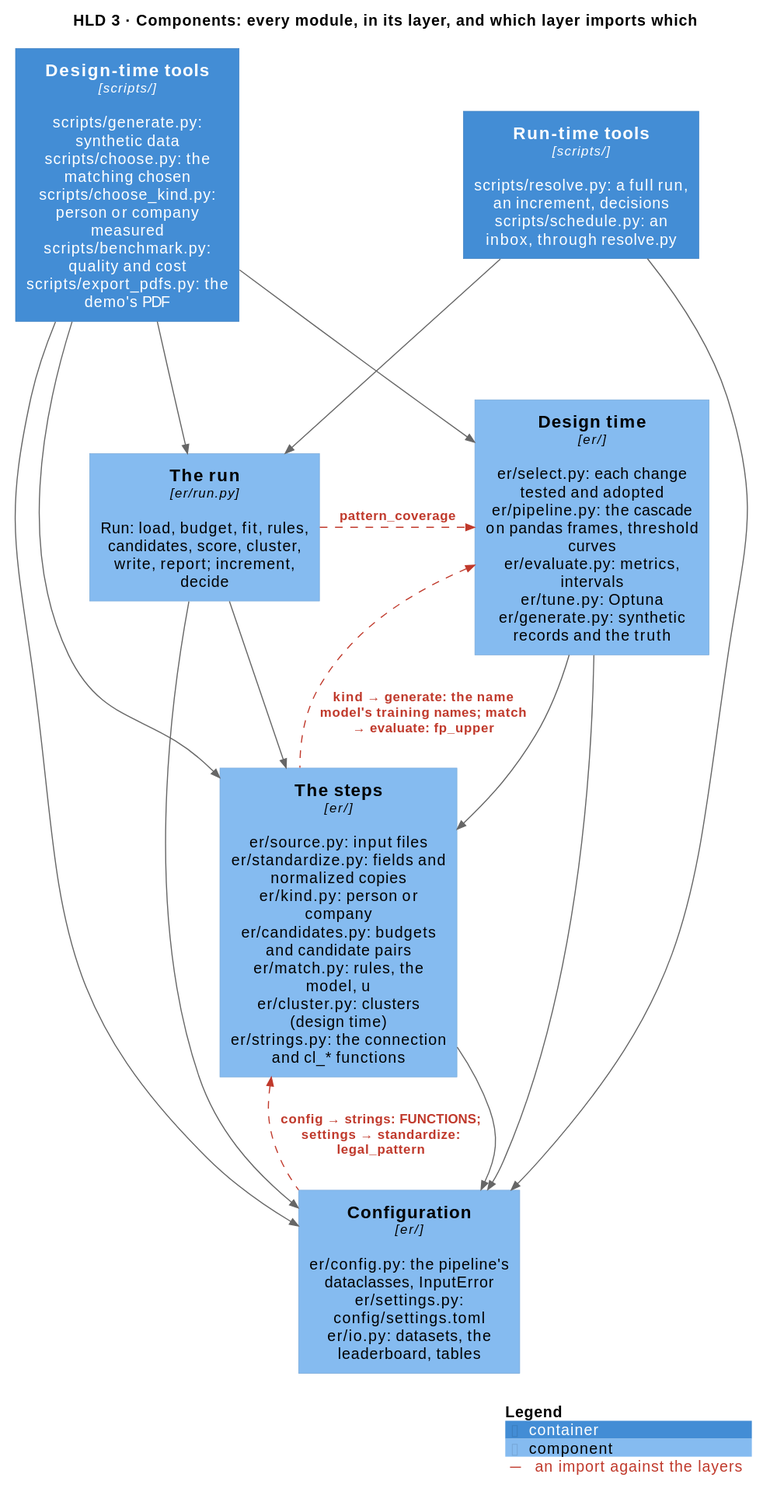
The PlantUML diagram docs/diagrams/components.svg in mvsbm/entity_matching, before a commit.
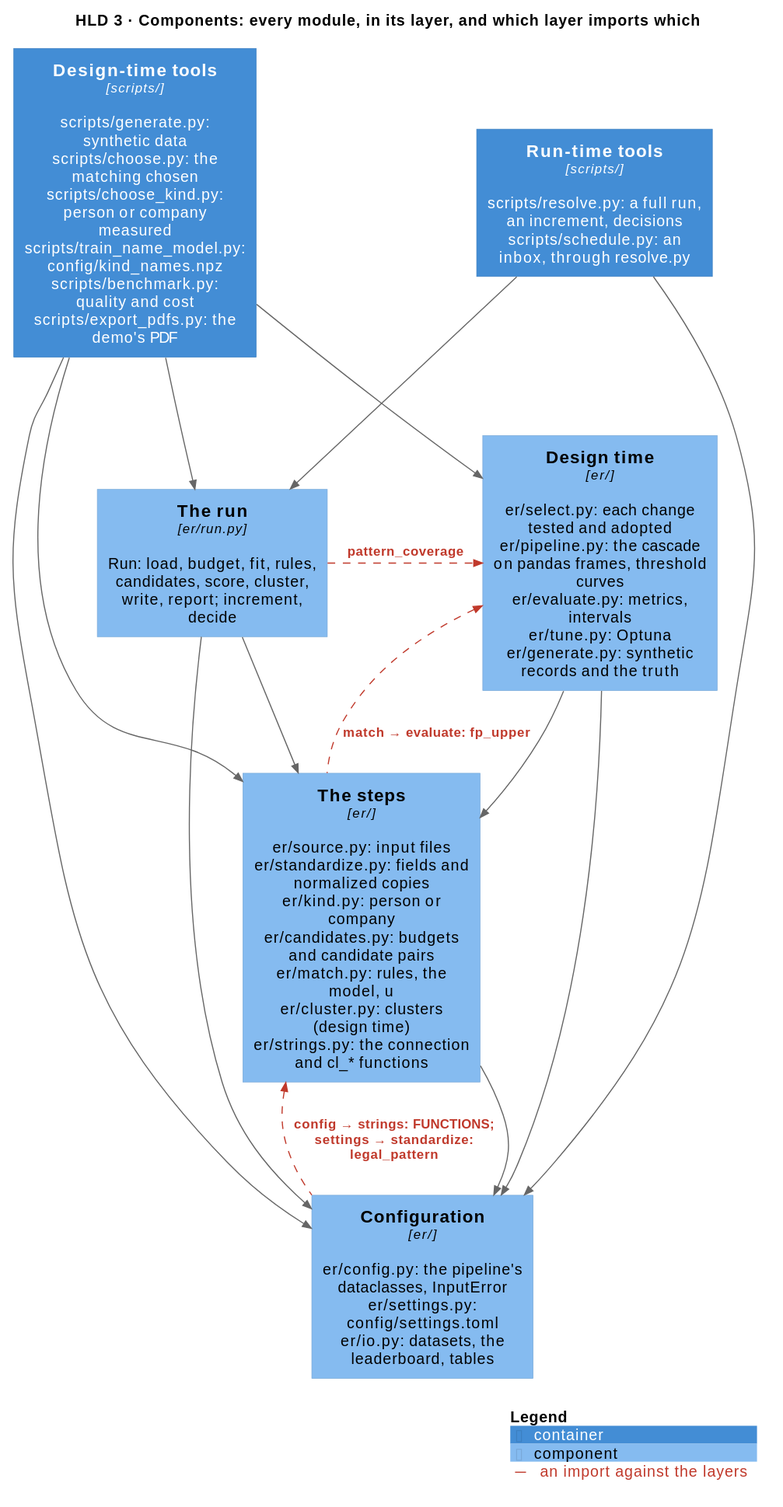
The same file after the commit.

The edit, as a diff of the source:
```diff
@@ -6,7 +6,7 @@
 AddRelTag("against", $lineColor="#C0392B", $textColor="#C0392B", $lineStyle=DashedLine(), $legendText="an import against the layers")
 
 Container(tools_run, "Run-time tools", "scripts/", "scripts/resolve.py: a full run, an increment, decisions\nscripts/schedule.py: an inbox, through resolve.py")
-Container(tools_design, "Design-time tools", "scripts/", "scripts/generate.py: synthetic data\nscripts/choose.py: the matching chosen\nscripts/choose_kind.py: person or company measured\nscripts/benchmark.py: quality and cost\nscripts/export_pdfs.py: the demo's PDF")
+Container(tools_design, "Design-time tools", "scripts/", "scripts/generate.py: synthetic data\nscripts/choose.py: the matching chosen\nscripts/choose_kind.py: person or company measured\nscripts/train_name_model.py: config/kind_names.npz\nscripts/benchmark.py: quality and cost\nscripts/export_pdfs.py: the demo's PDF")
 
 Component(run, "The run", "er/run.py", "Run: load, budget, fit, rules, candidates, score, cluster, write, report; increment, decide")
 Component(design, "Design time", "er/", "er/select.py: each change tested and adopted\ner/pipeline.py: the cascade on pandas frames, threshold curves\ner/evaluate.py: metrics, intervals\ner/tune.py: Optuna\ner/generate.py: synthetic records and the truth")
@@ -25,7 +25,7 @@
 Rel_D(design, configuration, "")
 Rel_D(steps, configuration, "")
 Rel_R(run, design, "pattern_coverage", $tags="against")
-Rel_U(steps, design, "kind → generate: the name model's training names; match → evaluate: fp_upper", $tags="against")
+Rel_U(steps, design, "match → evaluate: fp_upper", $tags="against")
 Rel_U(configuration, steps, "config → strings: FUNCTIONS; settings → standardize: legal_pattern", $tags="against")
 
 SHOW_LEGEND()
```
